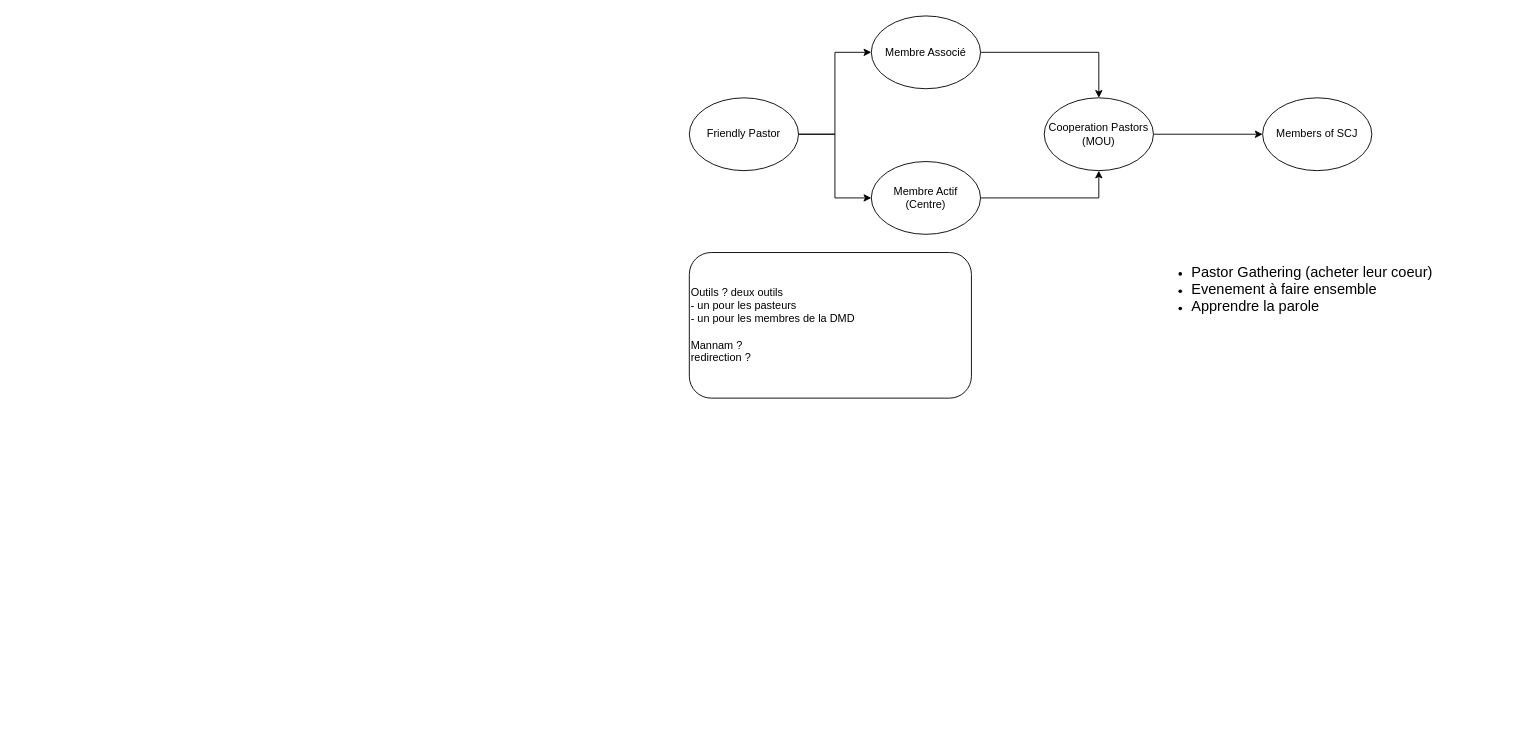
This is Process_Evangelism.drawio from Jbertrius/dmd_model, a draw.io file, before an edit. Source tidied: cells renumbered, new cells numbered last; positions are measured from the earlier drawing's top-left corner, leaving out a move shared by most shapes. Both pictures are drawn from the tidied source at 91%, with x=0, y=0 at pixel (689, 15).
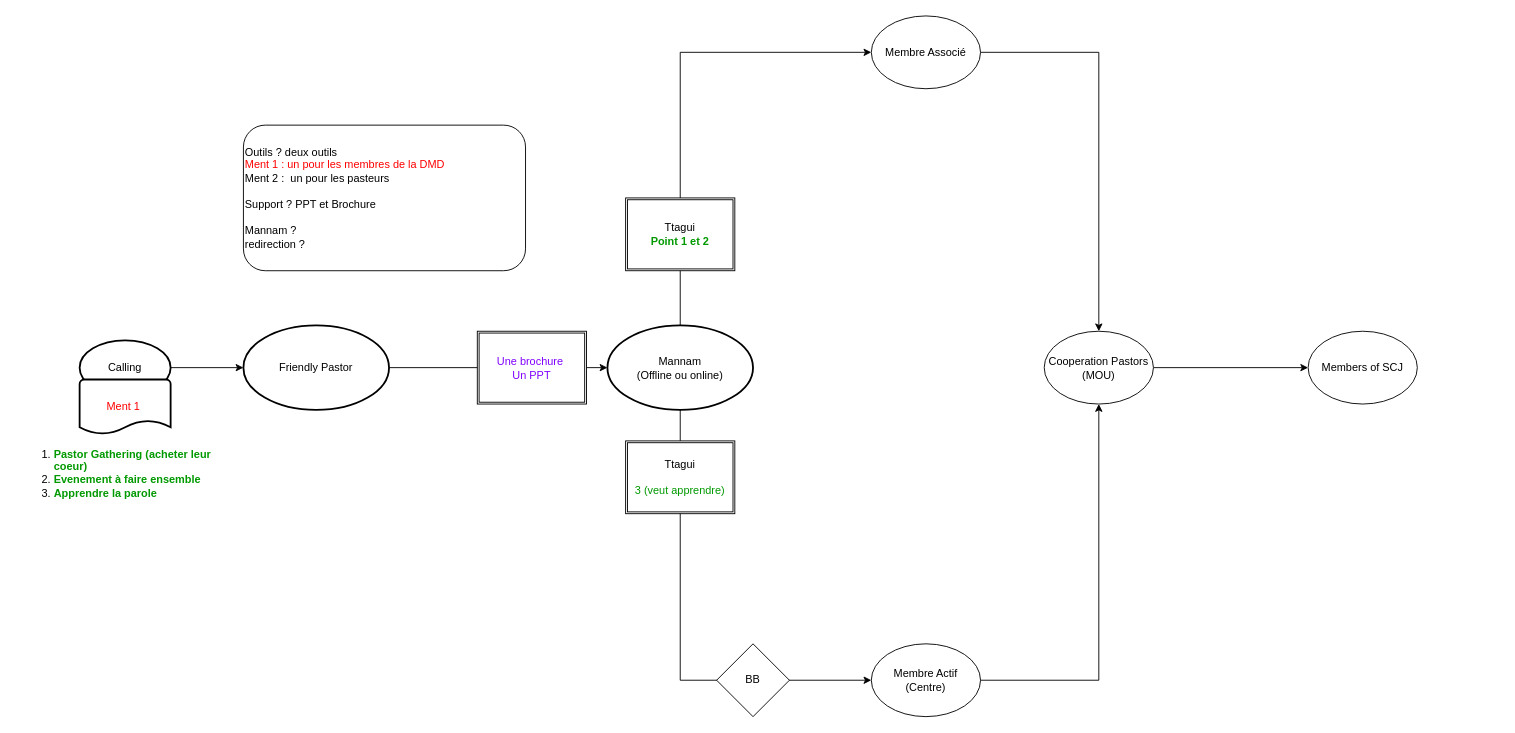
Above is the later version.

Commit message (it also covers changes not shown here):
Mettre à jour Process_Evangelism.drawio

The change refers to these unchanged cells:
```xml
<mxCell id="5" value="Membre Associé" style="ellipse;whiteSpace=wrap;html=1;" parent="1" vertex="1">
  <mxGeometry x="200" width="120" height="80" as="geometry" />
</mxCell>
```

The edit, as a diff of the source:
```diff
@@
     <mxCell id="3" value="Membre Actif&lt;div&gt;(Centre)&lt;/div&gt;" style="ellipse;whiteSpace=wrap;html=1;" parent="1" vertex="1">
-      <mxGeometry x="200" y="160" width="120" height="80" as="geometry" />
+      <mxGeometry x="200" y="690" width="120" height="80" as="geometry" />
     </mxCell>
@@
-    <mxCell id="6" style="edgeStyle=orthogonalEdgeStyle;rounded=0;jettySize=auto;html=1;entryX=0;entryY=0.5;entryDx=0;entryDy=0;" parent="1" edge="1" source="8" target="5">
-      <mxGeometry relative="1" as="geometry" />
-    </mxCell>
-    <mxCell id="7" style="edgeStyle=orthogonalEdgeStyle;rounded=0;jettySize=auto;html=1;exitX=1;exitY=0.5;exitDx=0;exitDy=0;entryX=0;entryY=0.5;entryDx=0;entryDy=0;" parent="1" edge="1" source="8" target="3">
-      <mxGeometry relative="1" as="geometry" />
-    </mxCell>
-    <mxCell id="8" value="Friendly Pastor" style="ellipse;whiteSpace=wrap;html=1;" parent="1" vertex="1">
-      <mxGeometry y="90" width="120" height="80" as="geometry" />
-    </mxCell>
@@
     <mxCell id="10" value="Cooperation Pastors&lt;div&gt;(MOU)&lt;/div&gt;" style="ellipse;whiteSpace=wrap;html=1;" parent="1" vertex="1">
-      <mxGeometry x="390" y="90" width="120" height="80" as="geometry" />
+      <mxGeometry x="390" y="346.5" width="120" height="80" as="geometry" />
     </mxCell>
     <mxCell id="11" value="Members of SCJ" style="ellipse;whiteSpace=wrap;html=1;" parent="1" vertex="1">
-      <mxGeometry x="630" y="90" width="120" height="80" as="geometry" />
+      <mxGeometry x="680" y="346.5" width="120" height="80" as="geometry" />
     </mxCell>
-    <mxCell id="12" value="Outils ? deux outils&amp;nbsp;&lt;div&gt;- un pour les pasteurs&lt;/div&gt;&lt;div&gt;- un pour les membres de la DMD&lt;/div&gt;&lt;div&gt;&lt;br&gt;&lt;div&gt;Mannam ?&lt;/div&gt;&lt;div&gt;redirection ?&lt;/div&gt;&lt;/div&gt;" style="rounded=1;whiteSpace=wrap;html=1;align=left;" parent="1" vertex="1">
-      <mxGeometry y="260" width="310" height="160" as="geometry" />
+    <mxCell id="12" value="Outils ? deux outils&amp;nbsp;&lt;div&gt;&lt;span style=&quot;background-color: initial;&quot;&gt;&lt;font color=&quot;#ff0000&quot;&gt;Ment 1 : un pour les membres de la DMD&lt;/font&gt;&lt;/span&gt;&lt;/div&gt;&lt;div&gt;&lt;div&gt;Ment 2 :&amp;nbsp; un pour les pasteurs&lt;/div&gt;&lt;div&gt;&lt;br&gt;&lt;/div&gt;&lt;div&gt;Support ? PPT et Brochure&lt;/div&gt;&lt;div&gt;&lt;br&gt;&lt;/div&gt;&lt;div&gt;Mannam ?&lt;/div&gt;&lt;div&gt;redirection ?&lt;/div&gt;&lt;/div&gt;" style="rounded=1;whiteSpace=wrap;html=1;align=left;" parent="1" vertex="1">
+      <mxGeometry x="-490" y="120" width="310" height="160" as="geometry" />
     </mxCell>
+    <mxCell id="14" style="edgeStyle=orthogonalEdgeStyle;rounded=0;jettySize=auto;html=1;entryX=0;entryY=0.5;entryDx=0;entryDy=0;entryPerimeter=0;" parent="1" edge="1" source="15" target="8">
+      <mxGeometry relative="1" as="geometry" />
+    </mxCell>
+    <mxCell id="15" value="Calling" style="strokeWidth=2;html=1;shape=mxgraph.flowchart.start_1;whiteSpace=wrap;" parent="1" vertex="1">
+      <mxGeometry x="-670" y="356.5" width="100" height="60" as="geometry" />
+    </mxCell>
+    <mxCell id="16" value="&lt;font color=&quot;#ff0000&quot;&gt;Ment 1&amp;nbsp;&lt;/font&gt;" style="strokeWidth=2;html=1;shape=mxgraph.flowchart.document2;whiteSpace=wrap;size=0.25;" parent="1" vertex="1">
+      <mxGeometry x="-670" y="399.5" width="100" height="60" as="geometry" />
+    </mxCell>
+    <mxCell id="17" style="edgeStyle=orthogonalEdgeStyle;rounded=0;jettySize=auto;html=1;entryX=0;entryY=0.5;entryDx=0;entryDy=0;" parent="1" edge="1" source="19" target="5">
+      <mxGeometry relative="1" as="geometry">
+        <Array as="points">
+          <mxPoint x="-10" y="40" />
+        </Array>
+      </mxGeometry>
+    </mxCell>
+    <mxCell id="18" style="edgeStyle=orthogonalEdgeStyle;rounded=0;jettySize=auto;html=1;exitX=0.5;exitY=1;exitDx=0;exitDy=0;exitPerimeter=0;entryX=0;entryY=0.5;entryDx=0;entryDy=0;" parent="1" edge="1" source="19" target="3">
+      <mxGeometry relative="1" as="geometry" />
+    </mxCell>
+    <mxCell id="19" value="Mannam&lt;div&gt;(Offline ou online)&lt;/div&gt;" style="strokeWidth=2;html=1;shape=mxgraph.flowchart.start_1;whiteSpace=wrap;" parent="1" vertex="1">
+      <mxGeometry x="-90" y="340" width="160" height="93" as="geometry" />
+    </mxCell>
+    <mxCell id="20" value="Ttagui&lt;div&gt;&lt;b&gt;&lt;font color=&quot;#009900&quot;&gt;Point 1 et 2&lt;/font&gt;&lt;/b&gt;&lt;/div&gt;" style="shape=ext;double=1;rounded=0;whiteSpace=wrap;html=1;" parent="1" vertex="1">
+      <mxGeometry x="-70" y="200" width="120" height="80" as="geometry" />
+    </mxCell>
+    <mxCell id="21" value="Ttagui&lt;div&gt;&lt;br&gt;&lt;div&gt;&lt;font color=&quot;#009900&quot;&gt;3 (veut apprendre)&lt;/font&gt;&lt;/div&gt;&lt;/div&gt;" style="shape=ext;double=1;rounded=0;whiteSpace=wrap;html=1;" parent="1" vertex="1">
+      <mxGeometry x="-70" y="467" width="120" height="80" as="geometry" />
+    </mxCell>
+    <mxCell id="8" value="Friendly Pastor" style="strokeWidth=2;html=1;shape=mxgraph.flowchart.start_1;whiteSpace=wrap;" parent="1" vertex="1">
+      <mxGeometry x="-490" y="340" width="160" height="93" as="geometry" />
+    </mxCell>
+    <mxCell id="22" style="edgeStyle=orthogonalEdgeStyle;rounded=0;jettySize=auto;html=1;exitX=1;exitY=0.5;exitDx=0;exitDy=0;exitPerimeter=0;entryX=0;entryY=0.5;entryDx=0;entryDy=0;entryPerimeter=0;" parent="1" edge="1" source="8" target="19">
+      <mxGeometry relative="1" as="geometry" />
+    </mxCell>
+    <mxCell id="23" value="&lt;font color=&quot;#7f00ff&quot;&gt;Une brochure&amp;nbsp;&lt;/font&gt;&lt;div&gt;&lt;font color=&quot;#7f00ff&quot;&gt;Un PPT&lt;/font&gt;&lt;/div&gt;" style="shape=ext;double=1;rounded=0;whiteSpace=wrap;html=1;" parent="1" vertex="1">
+      <mxGeometry x="-233" y="346.5" width="120" height="80" as="geometry" />
+    </mxCell>
-    <mxCell id="13" value="&lt;ul&gt;&lt;li&gt;&lt;font style=&quot;font-size: 16px;&quot;&gt;Pastor Gathering (acheter leur coeur)&lt;/font&gt;&lt;/li&gt;&lt;li&gt;&lt;font size=&quot;3&quot;&gt;Evenement à faire ensemble&lt;/font&gt;&lt;/li&gt;&lt;li&gt;&lt;font size=&quot;3&quot;&gt;Apprendre la parole&lt;/font&gt;&lt;/li&gt;&lt;/ul&gt;" style="text;strokeColor=none;fillColor=none;html=1;whiteSpace=wrap;verticalAlign=middle;overflow=hidden;" parent="1" vertex="1">
-      <mxGeometry x="510" y="200" width="380" height="200" as="geometry" />
+    <mxCell id="13" value="&lt;ol&gt;&lt;li&gt;&lt;font color=&quot;#009900&quot; style=&quot;font-size: 12px;&quot;&gt;&lt;b style=&quot;&quot;&gt;Pastor Gathering (acheter leur coeur)&lt;/b&gt;&lt;/font&gt;&lt;/li&gt;&lt;li&gt;&lt;b&gt;&lt;font color=&quot;#009900&quot;&gt;Evenement à faire ensemble&lt;/font&gt;&lt;/b&gt;&lt;/li&gt;&lt;li&gt;&lt;b&gt;&lt;font color=&quot;#009900&quot;&gt;Apprendre la parole&lt;/font&gt;&lt;/b&gt;&lt;/li&gt;&lt;/ol&gt;" style="text;strokeColor=none;fillColor=none;html=1;whiteSpace=wrap;verticalAlign=middle;overflow=hidden;" parent="1" vertex="1">
+      <mxGeometry x="-740" y="459.5" width="250" height="80" as="geometry" />
     </mxCell>
+    <mxCell id="24" value="BB" style="rhombus;whiteSpace=wrap;html=1;" parent="1" vertex="1">
+      <mxGeometry x="30" y="690" width="80" height="80" as="geometry" />
+    </mxCell>
```
